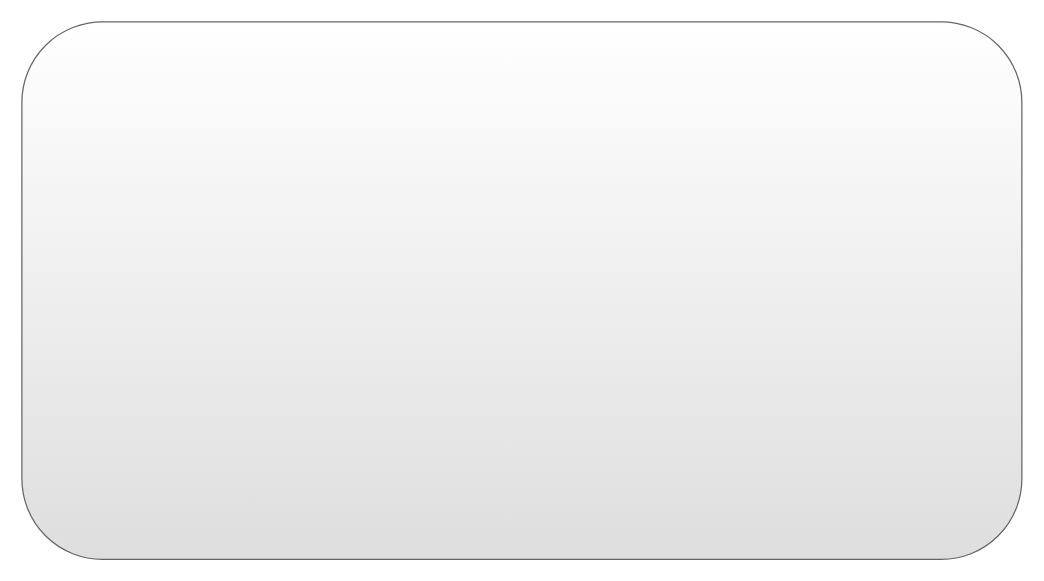
Before: Untitled Diagram.drawio in sun-beijixing/drawio, a draw.io diagram. Source tidied: cells renumbered, new cells numbered last; positions are measured from the earlier drawing's top-left corner, leaving out a move shared by most shapes. Both pictures are drawn from the tidied source at 125%, with x=0, y=0 at pixel (21, 21).
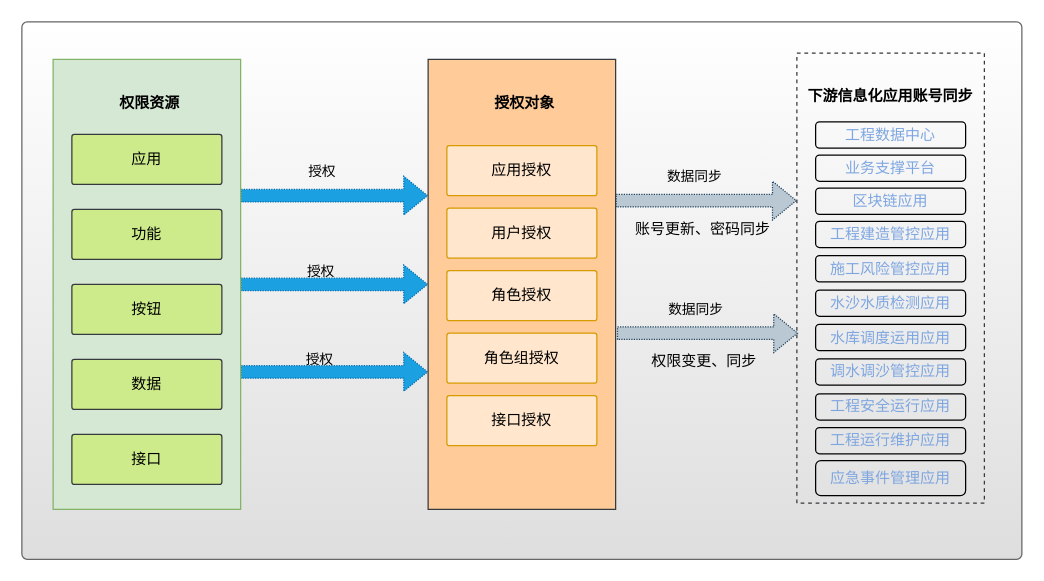
The same page after the edit.

The edit, as a diff of the source:
```diff
@@
-    <mxCell id="2" style="rounded=1;whiteSpace=wrap;html=1;fontFamily=Verdana;fillColor=default;gradientColor=#DEDEDE;strokeColor=#666666;" parent="1" vertex="1">
+    <mxCell id="2" style="rounded=1;whiteSpace=wrap;html=1;fontFamily=Verdana;fillColor=default;gradientColor=#DEDEDE;strokeColor=#666666;arcSize=1;" parent="1" vertex="1">
       <mxGeometry width="800" height="430" as="geometry" />
     </mxCell>
+    <mxCell id="3" style="shape=flexArrow;endArrow=classic;html=1;rounded=0;dashed=1;dashPattern=1 1;fontFamily=Verdana;jumpSize=0;exitX=1;exitY=0.5;exitDx=0;exitDy=0;entryX=0;entryY=0.5;entryDx=0;entryDy=0;fillColor=#1ba1e2;strokeColor=#006EAF;" parent="1" edge="1" source="23" target="31">
+      <mxGeometry relative="1" as="geometry" />
+    </mxCell>
+    <mxCell id="4" value="授权" style="edgeLabel;html=1;align=center;verticalAlign=middle;fontFamily=Verdana;labelBackgroundColor=none;" parent="3" vertex="1">
+      <mxGeometry x="-0.16" y="2" relative="1" as="geometry">
+        <mxPoint y="-9" as="offset" />
+      </mxGeometry>
+    </mxCell>
+    <mxCell id="5" style="shape=flexArrow;endArrow=classic;html=1;rounded=0;dashed=1;dashPattern=1 1;fontFamily=Verdana;jumpSize=0;exitX=1;exitY=0.5;exitDx=0;exitDy=0;entryX=0;entryY=0.5;entryDx=0;entryDy=0;fillColor=#1ba1e2;strokeColor=#006EAF;" parent="1" edge="1">
+      <mxGeometry relative="1" as="geometry">
+        <mxPoint x="175" y="280" as="sourcePoint" />
+        <mxPoint x="325" y="280" as="targetPoint" />
+      </mxGeometry>
+    </mxCell>
+    <mxCell id="6" value="授权" style="edgeLabel;html=1;align=center;verticalAlign=middle;fontFamily=Verdana;labelBackgroundColor=none;" parent="5" vertex="1">
+      <mxGeometry x="-0.17" y="2" relative="1" as="geometry">
+        <mxPoint y="-9" as="offset" />
+      </mxGeometry>
+    </mxCell>
+    <mxCell id="7" style="shape=flexArrow;endArrow=classic;html=1;rounded=0;dashed=1;dashPattern=1 1;fontFamily=Verdana;jumpSize=0;exitX=1;exitY=0.5;exitDx=0;exitDy=0;entryX=0;entryY=0.5;entryDx=0;entryDy=0;fillColor=#1ba1e2;strokeColor=#006EAF;" parent="1" edge="1">
+      <mxGeometry relative="1" as="geometry">
+        <mxPoint x="175" y="139" as="sourcePoint" />
+        <mxPoint x="325" y="139" as="targetPoint" />
+      </mxGeometry>
+    </mxCell>
+    <mxCell id="8" value="授权" style="edgeLabel;html=1;align=center;verticalAlign=middle;fontFamily=Verdana;labelBackgroundColor=none;" parent="7" vertex="1">
+      <mxGeometry x="-0.15" y="1" relative="1" as="geometry">
+        <mxPoint y="-19" as="offset" />
+      </mxGeometry>
+    </mxCell>
+    <mxCell id="9" style="rounded=0;whiteSpace=wrap;html=1;fontFamily=Verdana;fillColor=none;strokeColor=#36393d;dashed=1;strokeWidth=1;" parent="1" vertex="1">
+      <mxGeometry x="620" y="25" width="150" height="360" as="geometry" />
+    </mxCell>
+    <mxCell id="10" value="&lt;b&gt;下游信息化应用账号同步&lt;/b&gt;" style="text;html=1;strokeColor=none;fillColor=none;align=center;verticalAlign=middle;whiteSpace=wrap;rounded=0;fontFamily=Verdana;" parent="1" vertex="1">
+      <mxGeometry x="625" y="45" width="140" height="30" as="geometry" />
+    </mxCell>
+    <mxCell id="11" value="工程数据中心" style="rounded=1;whiteSpace=wrap;html=1;labelBackgroundColor=none;fontFamily=Verdana;fontColor=#7EA6E0;strokeWidth=1;fillColor=none;gradientColor=none;" parent="1" vertex="1">
+      <mxGeometry x="635" y="80" width="120" height="21" as="geometry" />
+    </mxCell>
+    <mxCell id="12" value="业务支撑平台" style="rounded=1;whiteSpace=wrap;html=1;labelBackgroundColor=none;fontFamily=Verdana;fontColor=#7EA6E0;strokeWidth=1;fillColor=none;gradientColor=none;" parent="1" vertex="1">
+      <mxGeometry x="635" y="106.5" width="120" height="21" as="geometry" />
+    </mxCell>
+    <mxCell id="13" value="调水调沙管控应用" style="rounded=1;whiteSpace=wrap;html=1;labelBackgroundColor=none;fontFamily=Verdana;fontColor=#7EA6E0;strokeWidth=1;fillColor=none;gradientColor=none;" parent="1" vertex="1">
+      <mxGeometry x="635" y="269.5" width="120" height="21" as="geometry" />
+    </mxCell>
+    <mxCell id="14" value="区块链应用" style="rounded=1;whiteSpace=wrap;html=1;labelBackgroundColor=none;fontFamily=Verdana;fontColor=#7EA6E0;strokeWidth=1;fillColor=none;gradientColor=none;" parent="1" vertex="1">
+      <mxGeometry x="635" y="133" width="120" height="21" as="geometry" />
+    </mxCell>
+    <mxCell id="15" value="工程运行维护应用" style="rounded=1;whiteSpace=wrap;html=1;labelBackgroundColor=none;fontFamily=Verdana;fontColor=#7EA6E0;strokeWidth=1;fillColor=none;gradientColor=none;" parent="1" vertex="1">
+      <mxGeometry x="635" y="324.5" width="120" height="21" as="geometry" />
+    </mxCell>
+    <mxCell id="16" value="工程建造管控应用" style="rounded=1;whiteSpace=wrap;html=1;labelBackgroundColor=none;fontFamily=Verdana;fontColor=#7EA6E0;strokeWidth=1;fillColor=none;gradientColor=none;" parent="1" vertex="1">
+      <mxGeometry x="635" y="159.5" width="120" height="21" as="geometry" />
+    </mxCell>
+    <mxCell id="17" value="施工风险管控应用" style="rounded=1;whiteSpace=wrap;html=1;labelBackgroundColor=none;fontFamily=Verdana;fontColor=#7EA6E0;strokeWidth=1;fillColor=none;gradientColor=none;" parent="1" vertex="1">
+      <mxGeometry x="635" y="187" width="120" height="21" as="geometry" />
+    </mxCell>
+    <mxCell id="18" value="水沙水质检测应用" style="rounded=1;whiteSpace=wrap;html=1;labelBackgroundColor=none;fontFamily=Verdana;fontColor=#7EA6E0;strokeWidth=1;fillColor=none;gradientColor=none;" parent="1" vertex="1">
+      <mxGeometry x="635" y="214.5" width="120" height="21" as="geometry" />
+    </mxCell>
+    <mxCell id="19" value="水库调度运用应用" style="rounded=1;whiteSpace=wrap;html=1;labelBackgroundColor=none;fontFamily=Verdana;fontColor=#7EA6E0;strokeWidth=1;fillColor=none;gradientColor=none;" parent="1" vertex="1">
+      <mxGeometry x="635" y="242" width="120" height="21" as="geometry" />
+    </mxCell>
+    <mxCell id="20" value="工程安全运行应用" style="rounded=1;whiteSpace=wrap;html=1;labelBackgroundColor=none;fontFamily=Verdana;fontColor=#7EA6E0;strokeWidth=1;fillColor=none;gradientColor=none;" parent="1" vertex="1">
+      <mxGeometry x="635" y="297.5" width="120" height="21" as="geometry" />
+    </mxCell>
+    <mxCell id="21" value="应急事件管理应用" style="rounded=1;whiteSpace=wrap;html=1;labelBackgroundColor=none;fontFamily=Verdana;fontColor=#7EA6E0;strokeWidth=1;fillColor=none;gradientColor=none;" parent="1" vertex="1">
+      <mxGeometry x="635" y="351" width="120" height="28" as="geometry" />
+    </mxCell>
+    <mxCell id="22" style="group;" parent="1" vertex="1">
+      <mxGeometry x="25" y="30" width="150" height="360" as="geometry" />
+    </mxCell>
+    <mxCell id="23" style="rounded=0;whiteSpace=wrap;html=1;fontFamily=Verdana;fillColor=#d5e8d4;gradientColor=none;strokeColor=#82b366;" parent="22" vertex="1">
+      <mxGeometry width="150" height="360" as="geometry" />
+    </mxCell>
+    <mxCell id="24" value="应用" style="rounded=1;whiteSpace=wrap;html=1;fontFamily=Verdana;fillColor=#cdeb8b;strokeColor=#36393d;arcSize=5;" parent="22" vertex="1">
+      <mxGeometry x="15" y="60" width="120" height="40" as="geometry" />
+    </mxCell>
+    <mxCell id="25" value="功能" style="rounded=1;whiteSpace=wrap;html=1;fontFamily=Verdana;fillColor=#cdeb8b;strokeColor=#36393d;arcSize=5;" parent="22" vertex="1">
+      <mxGeometry x="15" y="120" width="120" height="40" as="geometry" />
+    </mxCell>
+    <mxCell id="26" value="按钮" style="rounded=1;whiteSpace=wrap;html=1;fontFamily=Verdana;fillColor=#cdeb8b;strokeColor=#36393d;arcSize=5;" parent="22" vertex="1">
+      <mxGeometry x="15" y="180" width="120" height="40" as="geometry" />
+    </mxCell>
+    <mxCell id="27" value="数据" style="rounded=1;whiteSpace=wrap;html=1;fontFamily=Verdana;fillColor=#cdeb8b;strokeColor=#36393d;arcSize=5;" parent="22" vertex="1">
+      <mxGeometry x="15" y="240" width="120" height="40" as="geometry" />
+    </mxCell>
+    <mxCell id="28" value="接口" style="rounded=1;whiteSpace=wrap;html=1;fontFamily=Verdana;fillColor=#cdeb8b;strokeColor=#36393d;arcSize=5;" parent="22" vertex="1">
+      <mxGeometry x="15" y="300" width="120" height="40" as="geometry" />
+    </mxCell>
+    <mxCell id="29" value="&lt;b&gt;权限资源&lt;/b&gt;" style="text;html=1;strokeColor=none;fillColor=none;align=center;verticalAlign=middle;whiteSpace=wrap;rounded=0;fontFamily=Verdana;" parent="22" vertex="1">
+      <mxGeometry x="15" y="20" width="125" height="30" as="geometry" />
+    </mxCell>
+    <mxCell id="30" style="group;" parent="1" vertex="1">
+      <mxGeometry x="325" y="30" width="150" height="360" as="geometry" />
+    </mxCell>
+    <mxCell id="31" style="rounded=0;whiteSpace=wrap;html=1;fontFamily=Verdana;fillColor=#ffcc99;strokeColor=#36393d;" parent="30" vertex="1">
+      <mxGeometry width="150" height="360" as="geometry" />
+    </mxCell>
+    <mxCell id="32" value="应用授权" style="rounded=1;whiteSpace=wrap;html=1;fontFamily=Verdana;fillColor=#ffe6cc;strokeColor=#d79b00;arcSize=5;" parent="30" vertex="1">
+      <mxGeometry x="15" y="69" width="120" height="40" as="geometry" />
+    </mxCell>
+    <mxCell id="33" value="角色授权" style="rounded=1;whiteSpace=wrap;html=1;fontFamily=Verdana;fillColor=#ffe6cc;strokeColor=#d79b00;arcSize=5;" parent="30" vertex="1">
+      <mxGeometry x="15" y="169" width="120" height="40" as="geometry" />
+    </mxCell>
+    <mxCell id="34" value="角色组授权" style="rounded=1;whiteSpace=wrap;html=1;fontFamily=Verdana;fillColor=#ffe6cc;strokeColor=#d79b00;arcSize=5;" parent="30" vertex="1">
+      <mxGeometry x="15" y="219" width="120" height="40" as="geometry" />
+    </mxCell>
+    <mxCell id="35" value="接口授权" style="rounded=1;whiteSpace=wrap;html=1;fontFamily=Verdana;fillColor=#ffe6cc;strokeColor=#d79b00;arcSize=5;" parent="30" vertex="1">
+      <mxGeometry x="15" y="269" width="120" height="40" as="geometry" />
+    </mxCell>
+    <mxCell id="36" value="&lt;b&gt;授权对象&lt;/b&gt;" style="text;html=1;strokeColor=none;fillColor=none;align=center;verticalAlign=middle;whiteSpace=wrap;rounded=0;fontFamily=Verdana;" parent="30" vertex="1">
+      <mxGeometry x="15" y="20" width="125" height="30" as="geometry" />
+    </mxCell>
+    <mxCell id="37" value="用户授权" style="rounded=1;whiteSpace=wrap;html=1;fontFamily=Verdana;fillColor=#ffe6cc;strokeColor=#d79b00;arcSize=5;" parent="30" vertex="1">
+      <mxGeometry x="15" y="119" width="120" height="40" as="geometry" />
+    </mxCell>
+    <mxCell id="38" style="shape=flexArrow;endArrow=classic;html=1;rounded=0;dashed=1;dashPattern=1 1;fontFamily=Verdana;jumpSize=0;exitX=1;exitY=0.5;exitDx=0;exitDy=0;fillColor=#bac8d3;strokeColor=#23445d;" parent="1" edge="1">
+      <mxGeometry relative="1" as="geometry">
+        <mxPoint x="475" y="143" as="sourcePoint" />
+        <mxPoint x="620" y="143" as="targetPoint" />
+      </mxGeometry>
+    </mxCell>
+    <mxCell id="39" value="数据同步" style="edgeLabel;html=1;align=center;verticalAlign=middle;fontFamily=Verdana;labelBackgroundColor=none;" parent="38" vertex="1">
+      <mxGeometry x="-0.15" y="1" relative="1" as="geometry">
+        <mxPoint y="-19" as="offset" />
+      </mxGeometry>
+    </mxCell>
+    <mxCell id="40" value="&lt;font color=&quot;#000000&quot;&gt;账号更新、密码同步&lt;/font&gt;" style="text;html=1;strokeColor=none;fillColor=none;align=center;verticalAlign=middle;whiteSpace=wrap;rounded=0;labelBackgroundColor=none;fontFamily=Verdana;fontColor=#7EA6E0;" parent="1" vertex="1">
+      <mxGeometry x="490" y="150.5" width="110" height="30" as="geometry" />
+    </mxCell>
+    <mxCell id="41" style="shape=flexArrow;endArrow=classic;html=1;rounded=0;dashed=1;dashPattern=1 1;fontFamily=Verdana;jumpSize=0;exitX=1;exitY=0.5;exitDx=0;exitDy=0;fillColor=#bac8d3;strokeColor=#23445d;" parent="1" edge="1">
+      <mxGeometry relative="1" as="geometry">
+        <mxPoint x="476" y="249" as="sourcePoint" />
+        <mxPoint x="621" y="249" as="targetPoint" />
+      </mxGeometry>
+    </mxCell>
+    <mxCell id="42" value="数据同步" style="edgeLabel;html=1;align=center;verticalAlign=middle;fontFamily=Verdana;labelBackgroundColor=none;" parent="41" vertex="1">
+      <mxGeometry x="-0.15" y="1" relative="1" as="geometry">
+        <mxPoint y="-19" as="offset" />
+      </mxGeometry>
+    </mxCell>
+    <mxCell id="43" value="&lt;font color=&quot;#000000&quot;&gt;权限变更、同步&lt;/font&gt;" style="text;html=1;strokeColor=none;fillColor=none;align=center;verticalAlign=middle;whiteSpace=wrap;rounded=0;labelBackgroundColor=none;fontFamily=Verdana;fontColor=#7EA6E0;" parent="1" vertex="1">
+      <mxGeometry x="491" y="256.5" width="110" height="30" as="geometry" />
+    </mxCell>
```
